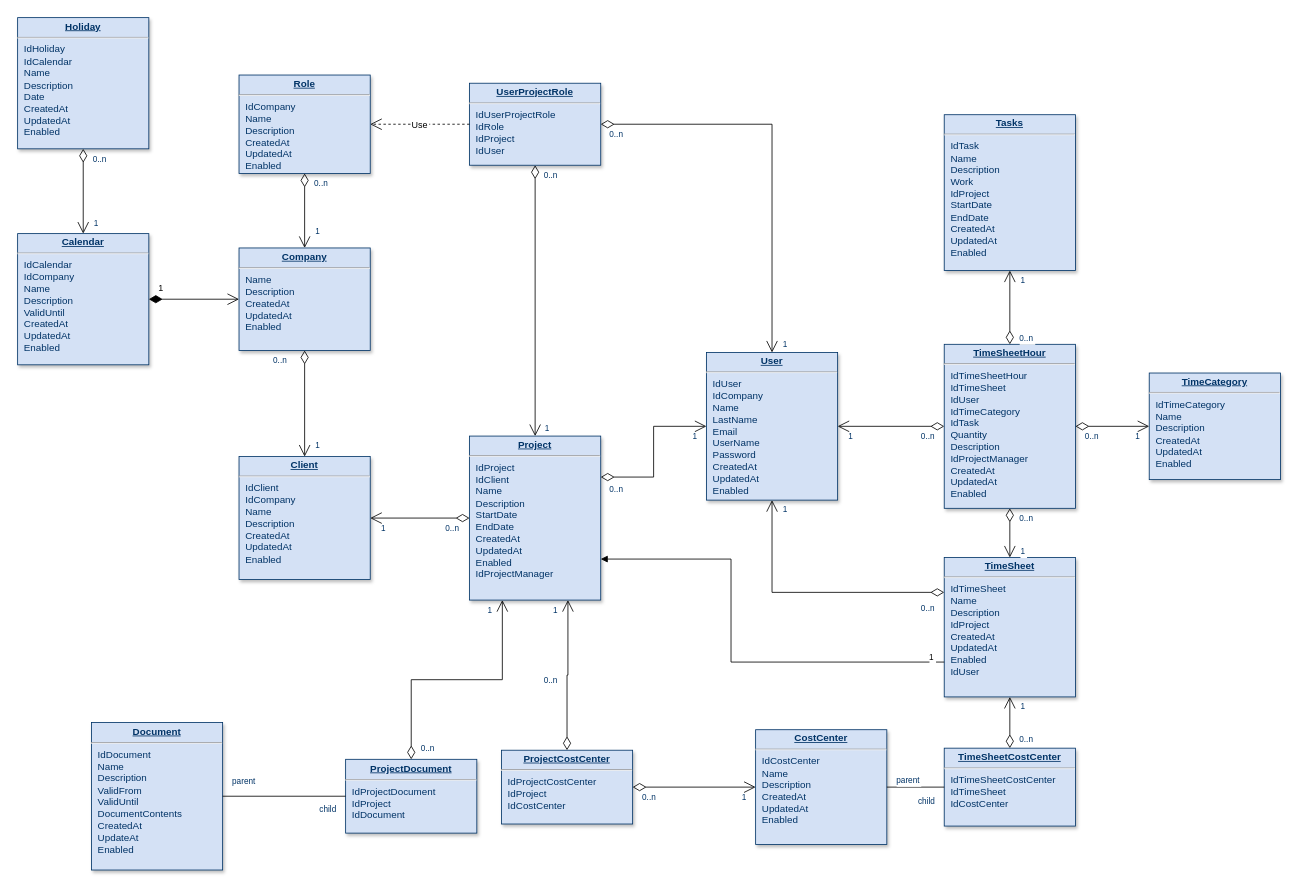
The draw.io diagram NetflixCloneSchema.drawio in ShahiryarArif/Netflix, before the edit. Source tidied: cells renumbered, new cells numbered last; positions are measured from the earlier drawing's top-left corner, leaving out a move shared by most shapes. Both pictures are drawn from the tidied source at 82%, with x=0, y=0 at pixel (17, 17).
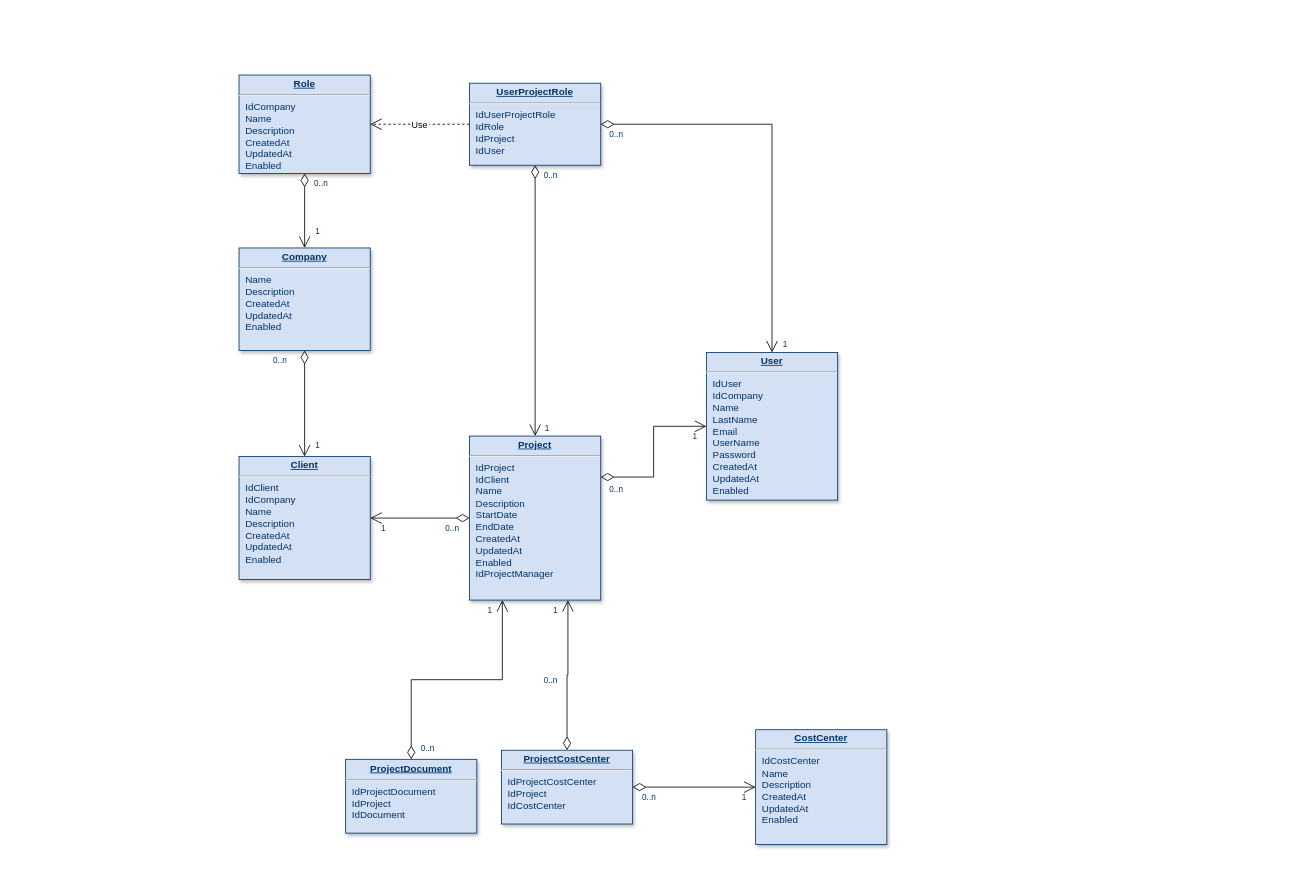
The same page after the edit.

The change refers to these unchanged cells:
```xml
<mxCell id="3" value="&lt;p style=&quot;margin: 0px; margin-top: 4px; text-align: center; text-decoration: underline;&quot;&gt;&lt;strong&gt;Company&lt;/strong&gt;&lt;/p&gt;&lt;hr /&gt;&lt;p style=&quot;margin: 0px; margin-left: 8px;&quot;&gt;Name&lt;/p&gt;&lt;p style=&quot;margin: 0px; margin-left: 8px;&quot;&gt;Description&lt;/p&gt;&lt;p style=&quot;margin: 0px; margin-left: 8px;&quot;&gt;CreatedAt&lt;/p&gt;&lt;p style=&quot;margin: 0px; margin-left: 8px;&quot;&gt;UpdatedAt&lt;/p&gt;&lt;p style=&quot;margin: 0px; margin-left: 8px;&quot;&gt;Enabled&lt;/p&gt;" style="verticalAlign=top;align=left;overflow=fill;fontSize=12;fontFamily=Helvetica;html=1;strokeColor=#003366;shadow=1;fillColor=#D4E1F5;fontColor=#003366;" parent="1" vertex="1">
  <mxGeometry x="270" y="280.9" width="160" height="125" as="geometry" />
</mxCell>
<mxCell id="5" value="&lt;p style=&quot;margin: 0px; margin-top: 4px; text-align: center; text-decoration: underline;&quot;&gt;&lt;strong&gt;User&lt;/strong&gt;&lt;/p&gt;&lt;hr /&gt;&lt;p style=&quot;margin: 0px; margin-left: 8px;&quot;&gt;IdUser&lt;/p&gt;&lt;p style=&quot;margin: 0px; margin-left: 8px;&quot;&gt;IdCompany&lt;/p&gt;&lt;p style=&quot;margin: 0px; margin-left: 8px;&quot;&gt;Name&lt;/p&gt;&lt;p style=&quot;margin: 0px; margin-left: 8px;&quot;&gt;LastName&lt;/p&gt;&lt;p style=&quot;margin: 0px; margin-left: 8px;&quot;&gt;Email&lt;/p&gt;&lt;p style=&quot;margin: 0px; margin-left: 8px;&quot;&gt;UserName&lt;/p&gt;&lt;p style=&quot;margin: 0px; margin-left: 8px;&quot;&gt;Password&lt;/p&gt;&lt;p style=&quot;margin: 0px; margin-left: 8px;&quot;&gt;CreatedAt&lt;/p&gt;&lt;p style=&quot;margin: 0px; margin-left: 8px;&quot;&gt;UpdatedAt&lt;/p&gt;&lt;p style=&quot;margin: 0px; margin-left: 8px;&quot;&gt;Enabled&lt;/p&gt;" style="verticalAlign=top;align=left;overflow=fill;fontSize=12;fontFamily=Helvetica;html=1;strokeColor=#003366;shadow=1;fillColor=#D4E1F5;fontColor=#003366;" parent="1" vertex="1">
  <mxGeometry x="840" y="408.4" width="160" height="180" as="geometry" />
</mxCell>
<mxCell id="12" value="&lt;p style=&quot;margin: 0px; margin-top: 4px; text-align: center; text-decoration: underline;&quot;&gt;&lt;strong&gt;Project&lt;/strong&gt;&lt;/p&gt;&lt;hr /&gt;&lt;p style=&quot;margin: 0px; margin-left: 8px;&quot;&gt;IdProject&lt;/p&gt;&lt;p style=&quot;margin: 0px; margin-left: 8px;&quot;&gt;IdClient&lt;/p&gt;&lt;p style=&quot;margin: 0px; margin-left: 8px;&quot;&gt;Name&lt;/p&gt;&lt;p style=&quot;margin: 0px; margin-left: 8px;&quot;&gt;Description&lt;/p&gt;&lt;p style=&quot;margin: 0px; margin-left: 8px;&quot;&gt;StartDate&lt;/p&gt;&lt;p style=&quot;margin: 0px; margin-left: 8px;&quot;&gt;EndDate&lt;/p&gt;&lt;p style=&quot;margin: 0px; margin-left: 8px;&quot;&gt;CreatedAt&lt;/p&gt;&lt;p style=&quot;margin: 0px; margin-left: 8px;&quot;&gt;UpdatedAt&lt;/p&gt;&lt;p style=&quot;margin: 0px; margin-left: 8px;&quot;&gt;Enabled&lt;br /&gt;IdProjectManager&lt;/p&gt;" style="verticalAlign=top;align=left;overflow=fill;fontSize=12;fontFamily=Helvetica;html=1;strokeColor=#003366;shadow=1;fillColor=#D4E1F5;fontColor=#003366;" parent="1" vertex="1">
  <mxGeometry x="551.1" y="510.3" width="160" height="200" as="geometry" />
</mxCell>
<mxCell id="15" value="&lt;p style=&quot;margin: 0px; margin-top: 4px; text-align: center; text-decoration: underline;&quot;&gt;&lt;strong&gt;CostCenter&lt;/strong&gt;&lt;/p&gt;&lt;hr /&gt;&lt;p style=&quot;margin: 0px; margin-left: 8px;&quot;&gt;IdCostCenter&lt;/p&gt;&lt;p style=&quot;margin: 0px; margin-left: 8px;&quot;&gt;Name&lt;/p&gt;&lt;p style=&quot;margin: 0px; margin-left: 8px;&quot;&gt;Description&lt;/p&gt;&lt;p style=&quot;margin: 0px; margin-left: 8px;&quot;&gt;CreatedAt&lt;/p&gt;&lt;p style=&quot;margin: 0px; margin-left: 8px;&quot;&gt;UpdatedAt&lt;/p&gt;&lt;p style=&quot;margin: 0px; margin-left: 8px;&quot;&gt;Enabled&lt;/p&gt;" style="verticalAlign=top;align=left;overflow=fill;fontSize=12;fontFamily=Helvetica;html=1;strokeColor=#003366;shadow=1;fillColor=#D4E1F5;fontColor=#003366;" parent="1" vertex="1">
  <mxGeometry x="900" y="868.4" width="160" height="140" as="geometry" />
</mxCell>
<mxCell id="17" value="&lt;p style=&quot;margin: 0px ; margin-top: 4px ; text-align: center ; text-decoration: underline&quot;&gt;&lt;strong&gt;ProjectDocument&lt;/strong&gt;&lt;/p&gt;&lt;hr&gt;&lt;p style=&quot;margin: 0px ; margin-left: 8px&quot;&gt;IdProjectDocument&lt;/p&gt;&lt;p style=&quot;margin: 0px ; margin-left: 8px&quot;&gt;IdProject&lt;/p&gt;&lt;p style=&quot;margin: 0px ; margin-left: 8px&quot;&gt;IdDocument&lt;/p&gt;" style="verticalAlign=top;align=left;overflow=fill;fontSize=12;fontFamily=Helvetica;html=1;strokeColor=#003366;shadow=1;fillColor=#D4E1F5;fontColor=#003366;" parent="1" vertex="1">
  <mxGeometry x="400" y="904.5" width="160" height="90" as="geometry" />
</mxCell>
```

Diff of the diagram source:
```diff
@@
-    <mxCell id="4" value="&lt;p style=&quot;margin: 0px; margin-top: 4px; text-align: center; text-decoration: underline;&quot;&gt;&lt;strong&gt;Calendar&lt;/strong&gt;&lt;/p&gt;&lt;hr /&gt;&lt;p style=&quot;margin: 0px; margin-left: 8px;&quot;&gt;IdCalendar&lt;/p&gt;&lt;p style=&quot;margin: 0px; margin-left: 8px;&quot;&gt;IdCompany&lt;/p&gt;&lt;p style=&quot;margin: 0px; margin-left: 8px;&quot;&gt;Name&lt;/p&gt;&lt;p style=&quot;margin: 0px; margin-left: 8px;&quot;&gt;Description&lt;/p&gt;&lt;p style=&quot;margin: 0px; margin-left: 8px;&quot;&gt;ValidUntil&lt;/p&gt;&lt;p style=&quot;margin: 0px; margin-left: 8px;&quot;&gt;CreatedAt&lt;/p&gt;&lt;p style=&quot;margin: 0px; margin-left: 8px;&quot;&gt;UpdatedAt&lt;/p&gt;&lt;p style=&quot;margin: 0px; margin-left: 8px;&quot;&gt;Enabled&lt;/p&gt;" style="verticalAlign=top;align=left;overflow=fill;fontSize=12;fontFamily=Helvetica;html=1;strokeColor=#003366;shadow=1;fillColor=#D4E1F5;fontColor=#003366;" parent="1" vertex="1">
-      <mxGeometry y="263.4" width="160" height="160" as="geometry" />
-    </mxCell>
@@
-    <mxCell id="8" value="&lt;p style=&quot;margin: 0px; margin-top: 4px; text-align: center; text-decoration: underline;&quot;&gt;&lt;strong&gt;Holiday&lt;/strong&gt;&lt;/p&gt;&lt;hr /&gt;&lt;p style=&quot;margin: 0px; margin-left: 8px;&quot;&gt;IdHoliday&lt;/p&gt;&lt;p style=&quot;margin: 0px; margin-left: 8px;&quot;&gt;IdCalendar&lt;/p&gt;&lt;p style=&quot;margin: 0px; margin-left: 8px;&quot;&gt;Name&lt;/p&gt;&lt;p style=&quot;margin: 0px; margin-left: 8px;&quot;&gt;Description&lt;/p&gt;&lt;p style=&quot;margin: 0px; margin-left: 8px;&quot;&gt;Date&lt;/p&gt;&lt;p style=&quot;margin: 0px; margin-left: 8px;&quot;&gt;CreatedAt&lt;/p&gt;&lt;p style=&quot;margin: 0px; margin-left: 8px;&quot;&gt;UpdatedAt&lt;/p&gt;&lt;p style=&quot;margin: 0px; margin-left: 8px;&quot;&gt;Enabled&lt;/p&gt;" style="verticalAlign=top;align=left;overflow=fill;fontSize=12;fontFamily=Helvetica;html=1;strokeColor=#003366;shadow=1;fillColor=#D4E1F5;fontColor=#003366;" parent="1" vertex="1">
-      <mxGeometry width="160" height="160" as="geometry" />
-    </mxCell>
-    <mxCell id="9" value="&lt;p style=&quot;margin: 0px; margin-top: 4px; text-align: center; text-decoration: underline;&quot;&gt;&lt;strong&gt;TimeSheet&lt;/strong&gt;&lt;/p&gt;&lt;hr /&gt;&lt;p style=&quot;margin: 0px; margin-left: 8px;&quot;&gt;IdTimeSheet&lt;/p&gt;&lt;p style=&quot;margin: 0px; margin-left: 8px;&quot;&gt;Name&lt;/p&gt;&lt;p style=&quot;margin: 0px; margin-left: 8px;&quot;&gt;Description&lt;/p&gt;&lt;p style=&quot;margin: 0px; margin-left: 8px;&quot;&gt;IdProject&lt;/p&gt;&lt;p style=&quot;margin: 0px; margin-left: 8px;&quot;&gt;CreatedAt&lt;/p&gt;&lt;p style=&quot;margin: 0px; margin-left: 8px;&quot;&gt;UpdatedAt&lt;/p&gt;&lt;p style=&quot;margin: 0px; margin-left: 8px;&quot;&gt;Enabled&lt;/p&gt;&lt;p style=&quot;margin: 0px; margin-left: 8px;&quot;&gt;IdUser&lt;/p&gt;" style="verticalAlign=top;align=left;overflow=fill;fontSize=12;fontFamily=Helvetica;html=1;strokeColor=#003366;shadow=1;fillColor=#D4E1F5;fontColor=#003366;" parent="1" vertex="1">
-      <mxGeometry x="1130" y="658.4" width="160" height="170" as="geometry" />
-    </mxCell>
-    <mxCell id="10" value="&lt;p style=&quot;margin: 0px; margin-top: 4px; text-align: center; text-decoration: underline;&quot;&gt;&lt;strong&gt;TimeSheetHour&lt;/strong&gt;&lt;/p&gt;&lt;hr /&gt;&lt;p style=&quot;margin: 0px; margin-left: 8px;&quot;&gt;IdTimeSheetHour&lt;br /&gt;IdTimeSheet&lt;/p&gt;&lt;p style=&quot;margin: 0px; margin-left: 8px;&quot;&gt;IdUser&lt;/p&gt;&lt;p style=&quot;margin: 0px; margin-left: 8px;&quot;&gt;IdTimeCategory&lt;/p&gt;&lt;p style=&quot;margin: 0px; margin-left: 8px;&quot;&gt;IdTask&lt;/p&gt;&lt;p style=&quot;margin: 0px; margin-left: 8px;&quot;&gt;Quantity&lt;/p&gt;&lt;p style=&quot;margin: 0px; margin-left: 8px;&quot;&gt;Description&lt;/p&gt;&lt;p style=&quot;margin: 0px; margin-left: 8px;&quot;&gt;IdProjectManager&lt;/p&gt;&lt;p style=&quot;margin: 0px; margin-left: 8px;&quot;&gt;CreatedAt&lt;/p&gt;&lt;p style=&quot;margin: 0px; margin-left: 8px;&quot;&gt;UpdatedAt&lt;/p&gt;&lt;p style=&quot;margin: 0px; margin-left: 8px;&quot;&gt;Enabled&lt;/p&gt;" style="verticalAlign=top;align=left;overflow=fill;fontSize=12;fontFamily=Helvetica;html=1;strokeColor=#003366;shadow=1;fillColor=#D4E1F5;fontColor=#003366;" parent="1" vertex="1">
-      <mxGeometry x="1130" y="398.4" width="160" height="200" as="geometry" />
-    </mxCell>
-    <mxCell id="11" value="&lt;p style=&quot;margin: 0px; margin-top: 4px; text-align: center; text-decoration: underline;&quot;&gt;&lt;strong&gt;Document&lt;/strong&gt;&lt;/p&gt;&lt;hr /&gt;&lt;p style=&quot;margin: 0px; margin-left: 8px;&quot;&gt;IdDocument&lt;/p&gt;&lt;p style=&quot;margin: 0px; margin-left: 8px;&quot;&gt;Name&lt;/p&gt;&lt;p style=&quot;margin: 0px; margin-left: 8px;&quot;&gt;Description&lt;/p&gt;&lt;p style=&quot;margin: 0px; margin-left: 8px;&quot;&gt;ValidFrom&lt;/p&gt;&lt;p style=&quot;margin: 0px; margin-left: 8px;&quot;&gt;ValidUntil&lt;/p&gt;&lt;p style=&quot;margin: 0px; margin-left: 8px;&quot;&gt;DocumentContents&lt;/p&gt;&lt;p style=&quot;margin: 0px; margin-left: 8px;&quot;&gt;CreatedAt&lt;/p&gt;&lt;p style=&quot;margin: 0px; margin-left: 8px;&quot;&gt;UpdateAt&lt;/p&gt;&lt;p style=&quot;margin: 0px; margin-left: 8px;&quot;&gt;Enabled&lt;/p&gt;" style="verticalAlign=top;align=left;overflow=fill;fontSize=12;fontFamily=Helvetica;html=1;strokeColor=#003366;shadow=1;fillColor=#D4E1F5;fontColor=#003366;" parent="1" vertex="1">
-      <mxGeometry x="90" y="859.5" width="160" height="180" as="geometry" />
-    </mxCell>
@@
-    <mxCell id="13" value="&lt;p style=&quot;margin: 0px; margin-top: 4px; text-align: center; text-decoration: underline;&quot;&gt;&lt;strong&gt;TimeCategory&lt;/strong&gt;&lt;/p&gt;&lt;hr /&gt;&lt;p style=&quot;margin: 0px; margin-left: 8px;&quot;&gt;IdTimeCategory&lt;/p&gt;&lt;p style=&quot;margin: 0px; margin-left: 8px;&quot;&gt;Name&lt;/p&gt;&lt;p style=&quot;margin: 0px; margin-left: 8px;&quot;&gt;Description&lt;/p&gt;&lt;p style=&quot;margin: 0px; margin-left: 8px;&quot;&gt;CreatedAt&lt;/p&gt;&lt;p style=&quot;margin: 0px; margin-left: 8px;&quot;&gt;UpdatedAt&lt;/p&gt;&lt;p style=&quot;margin: 0px; margin-left: 8px;&quot;&gt;Enabled&lt;/p&gt;" style="verticalAlign=top;align=left;overflow=fill;fontSize=12;fontFamily=Helvetica;html=1;strokeColor=#003366;shadow=1;fillColor=#D4E1F5;fontColor=#003366;" parent="1" vertex="1">
-      <mxGeometry x="1380" y="433.4" width="160" height="130" as="geometry" />
-    </mxCell>
-    <mxCell id="14" value="&lt;p style=&quot;margin: 0px; margin-top: 4px; text-align: center; text-decoration: underline;&quot;&gt;&lt;strong&gt;TimeSheetCostCenter&lt;/strong&gt;&lt;/p&gt;&lt;hr /&gt;&lt;p style=&quot;margin: 0px; margin-left: 8px;&quot;&gt;IdTimeSheetCostCenter&lt;/p&gt;&lt;p style=&quot;margin: 0px; margin-left: 8px;&quot;&gt;IdTimeSheet&lt;/p&gt;&lt;p style=&quot;margin: 0px; margin-left: 8px;&quot;&gt;IdCostCenter&lt;/p&gt;" style="verticalAlign=top;align=left;overflow=fill;fontSize=12;fontFamily=Helvetica;html=1;strokeColor=#003366;shadow=1;fillColor=#D4E1F5;fontColor=#003366;" parent="1" vertex="1">
-      <mxGeometry x="1130" y="890.9" width="160" height="95" as="geometry" />
-    </mxCell>
@@
-    <mxCell id="18" value="&lt;p style=&quot;margin: 0px; margin-top: 4px; text-align: center; text-decoration: underline;&quot;&gt;&lt;strong&gt;Tasks&lt;/strong&gt;&lt;/p&gt;&lt;hr /&gt;&lt;p style=&quot;margin: 0px; margin-left: 8px;&quot;&gt;IdTask&lt;/p&gt;&lt;p style=&quot;margin: 0px; margin-left: 8px;&quot;&gt;Name&lt;/p&gt;&lt;p style=&quot;margin: 0px; margin-left: 8px;&quot;&gt;Description&lt;/p&gt;&lt;p style=&quot;margin: 0px; margin-left: 8px;&quot;&gt;Work&lt;/p&gt;&lt;p style=&quot;margin: 0px; margin-left: 8px;&quot;&gt;IdProject&lt;/p&gt;&lt;p style=&quot;margin: 0px; margin-left: 8px;&quot;&gt;StartDate&lt;/p&gt;&lt;p style=&quot;margin: 0px; margin-left: 8px;&quot;&gt;EndDate&lt;/p&gt;&lt;p style=&quot;margin: 0px; margin-left: 8px;&quot;&gt;CreatedAt&lt;/p&gt;&lt;p style=&quot;margin: 0px; margin-left: 8px;&quot;&gt;UpdatedAt&lt;/p&gt;&lt;p style=&quot;margin: 0px; margin-left: 8px;&quot;&gt;Enabled&lt;/p&gt;" style="verticalAlign=top;align=left;overflow=fill;fontSize=12;fontFamily=Helvetica;html=1;strokeColor=#003366;shadow=1;fillColor=#D4E1F5;fontColor=#003366;" parent="1" vertex="1">
-      <mxGeometry x="1130" y="118.4" width="160" height="190" as="geometry" />
-    </mxCell>
@@
-    <mxCell id="31" style="endArrow=open;endSize=12;startArrow=diamondThin;startSize=14;startFill=0;edgeStyle=orthogonalEdgeStyle;exitX=0;exitY=0.25;rounded=0;" parent="1" edge="1" source="9" target="5">
-      <mxGeometry x="1209.4" y="170" as="geometry" />
-    </mxCell>
-    <mxCell id="32" value="0..n" style="align=left;verticalAlign=top;labelBackgroundColor=#ffffff;fontSize=10;strokeColor=#003366;shadow=1;fillColor=#D4E1F5;fontColor=#003366;" parent="31" vertex="1">
-      <mxGeometry x="-1" relative="1" as="geometry">
-        <mxPoint x="-30" y="7.5" as="offset" />
-      </mxGeometry>
-    </mxCell>
-    <mxCell id="33" value="1" style="align=right;verticalAlign=top;labelBackgroundColor=#ffffff;fontSize=10;strokeColor=#003366;shadow=1;fillColor=#D4E1F5;fontColor=#003366;" parent="31" vertex="1">
-      <mxGeometry x="1" relative="1" as="geometry">
-        <mxPoint x="20" as="offset" />
-      </mxGeometry>
-    </mxCell>
-    <mxCell id="34" style="endArrow=open;endSize=12;startArrow=diamondThin;startSize=14;startFill=0;edgeStyle=orthogonalEdgeStyle;rounded=0;" parent="1" edge="1" source="10" target="9">
-      <mxGeometry x="1269.4" y="180" as="geometry" />
-    </mxCell>
-    <mxCell id="35" value="0..n" style="align=left;verticalAlign=top;labelBackgroundColor=#ffffff;fontSize=10;strokeColor=#003366;shadow=1;fillColor=#D4E1F5;fontColor=#003366;" parent="34" vertex="1">
-      <mxGeometry x="-1" relative="1" as="geometry">
-        <mxPoint x="10" as="offset" />
-      </mxGeometry>
-    </mxCell>
-    <mxCell id="36" value="1" style="align=right;verticalAlign=top;labelBackgroundColor=#ffffff;fontSize=10;strokeColor=#003366;shadow=1;fillColor=#D4E1F5;fontColor=#003366;" parent="34" vertex="1">
-      <mxGeometry x="1" relative="1" as="geometry">
-        <mxPoint x="20" y="-20" as="offset" />
-      </mxGeometry>
-    </mxCell>
@@
-    <mxCell id="46" style="endArrow=open;endSize=12;startArrow=diamondThin;startSize=14;startFill=0;edgeStyle=orthogonalEdgeStyle;rounded=0;" parent="1" edge="1" source="14" target="9">
-      <mxGeometry x="1079.4" y="560" as="geometry" />
-    </mxCell>
-    <mxCell id="47" value="0..n" style="align=left;verticalAlign=top;labelBackgroundColor=#ffffff;fontSize=10;strokeColor=#003366;shadow=1;fillColor=#D4E1F5;fontColor=#003366;" parent="46" vertex="1">
-      <mxGeometry x="-1" relative="1" as="geometry">
-        <mxPoint x="10" y="-22.5" as="offset" />
-      </mxGeometry>
-    </mxCell>
-    <mxCell id="48" value="1" style="align=right;verticalAlign=top;labelBackgroundColor=#ffffff;fontSize=10;strokeColor=#003366;shadow=1;fillColor=#D4E1F5;fontColor=#003366;" parent="46" vertex="1">
-      <mxGeometry x="1" relative="1" as="geometry">
-        <mxPoint x="20" as="offset" />
-      </mxGeometry>
-    </mxCell>
-    <mxCell id="49" style="endArrow=open;endSize=12;startArrow=diamondThin;startSize=14;startFill=0;edgeStyle=orthogonalEdgeStyle;rounded=0;" parent="1" edge="1" source="10" target="13">
-      <mxGeometry x="1309.4" y="540" as="geometry" />
-    </mxCell>
-    <mxCell id="50" value="0..n" style="align=left;verticalAlign=top;labelBackgroundColor=#ffffff;fontSize=10;strokeColor=#003366;shadow=1;fillColor=#D4E1F5;fontColor=#003366;" parent="49" vertex="1">
-      <mxGeometry x="-1" relative="1" as="geometry">
-        <mxPoint x="10" as="offset" />
-      </mxGeometry>
-    </mxCell>
-    <mxCell id="51" value="1" style="align=right;verticalAlign=top;labelBackgroundColor=#ffffff;fontSize=10;strokeColor=#003366;shadow=1;fillColor=#D4E1F5;fontColor=#003366;" parent="49" vertex="1">
-      <mxGeometry x="1" relative="1" as="geometry">
-        <mxPoint x="-10" as="offset" />
-      </mxGeometry>
-    </mxCell>
-    <mxCell id="52" style="endArrow=open;endSize=12;startArrow=diamondThin;startSize=14;startFill=0;edgeStyle=orthogonalEdgeStyle;rounded=0;" parent="1" edge="1" source="10" target="18">
-      <mxGeometry x="1119.4" y="540" as="geometry" />
-    </mxCell>
-    <mxCell id="53" value="0..n" style="align=left;verticalAlign=top;labelBackgroundColor=#ffffff;fontSize=10;strokeColor=#003366;shadow=1;fillColor=#D4E1F5;fontColor=#003366;" parent="52" vertex="1">
-      <mxGeometry x="-1" relative="1" as="geometry">
-        <mxPoint x="10" y="-20" as="offset" />
-      </mxGeometry>
-    </mxCell>
-    <mxCell id="54" value="1" style="align=right;verticalAlign=top;labelBackgroundColor=#ffffff;fontSize=10;strokeColor=#003366;shadow=1;fillColor=#D4E1F5;fontColor=#003366;" parent="52" vertex="1">
-      <mxGeometry x="1" relative="1" as="geometry">
-        <mxPoint x="20" as="offset" />
-      </mxGeometry>
-    </mxCell>
-    <mxCell id="55" style="endArrow=open;endSize=12;startArrow=diamondThin;startSize=14;startFill=0;edgeStyle=orthogonalEdgeStyle;rounded=0;" parent="1" edge="1" source="10" target="5">
-      <mxGeometry x="1389.4" y="130" as="geometry" />
-    </mxCell>
-    <mxCell id="56" value="0..n" style="align=left;verticalAlign=top;labelBackgroundColor=#ffffff;fontSize=10;strokeColor=#003366;shadow=1;fillColor=#D4E1F5;fontColor=#003366;" parent="55" vertex="1">
-      <mxGeometry x="-1" relative="1" as="geometry">
-        <mxPoint x="-30" as="offset" />
-      </mxGeometry>
-    </mxCell>
-    <mxCell id="57" value="1" style="align=right;verticalAlign=top;labelBackgroundColor=#ffffff;fontSize=10;strokeColor=#003366;shadow=1;fillColor=#D4E1F5;fontColor=#003366;" parent="55" vertex="1">
-      <mxGeometry x="1" relative="1" as="geometry">
-        <mxPoint x="20" as="offset" />
-      </mxGeometry>
-    </mxCell>
@@
-    <mxCell id="61" style="endArrow=open;endSize=12;startArrow=diamondThin;startSize=14;startFill=0;edgeStyle=orthogonalEdgeStyle;rounded=0;" parent="1" edge="1" source="8" target="4">
-      <mxGeometry x="620" y="340" as="geometry" />
-    </mxCell>
-    <mxCell id="62" value="0..n" style="align=left;verticalAlign=top;labelBackgroundColor=#ffffff;fontSize=10;strokeColor=#003366;shadow=1;fillColor=#D4E1F5;fontColor=#003366;" parent="61" vertex="1">
-      <mxGeometry x="-1" relative="1" as="geometry">
-        <mxPoint x="10" as="offset" />
-      </mxGeometry>
-    </mxCell>
-    <mxCell id="63" value="1" style="align=right;verticalAlign=top;labelBackgroundColor=#ffffff;fontSize=10;strokeColor=#003366;shadow=1;fillColor=#D4E1F5;fontColor=#003366;" parent="61" vertex="1">
-      <mxGeometry x="1" relative="1" as="geometry">
-        <mxPoint x="20" y="-25" as="offset" />
-      </mxGeometry>
-    </mxCell>
@@
-    <mxCell id="68" value="1" style="endArrow=open;endSize=12;startArrow=diamondThin;startSize=14;startFill=1;edgeStyle=orthogonalEdgeStyle;align=left;verticalAlign=bottom;rounded=0;" parent="1" edge="1" source="4" target="3">
-      <mxGeometry x="-0.82" y="5" relative="1" as="geometry" />
-    </mxCell>
-    <mxCell id="69" style="endArrow=none;edgeStyle=orthogonalEdgeStyle;rounded=0;" parent="1" edge="1" source="11" target="17">
-      <mxGeometry x="190" y="950" as="geometry" />
-    </mxCell>
-    <mxCell id="70" value="parent" style="align=left;verticalAlign=bottom;labelBackgroundColor=#ffffff;fontSize=10;strokeColor=#003366;shadow=1;fillColor=#D4E1F5;fontColor=#003366;" parent="69" vertex="1">
-      <mxGeometry x="-1" relative="1" as="geometry">
-        <mxPoint x="10" y="-10" as="offset" />
-      </mxGeometry>
-    </mxCell>
-    <mxCell id="71" value="child" style="align=right;verticalAlign=bottom;labelBackgroundColor=#ffffff;fontSize=10;strokeColor=#003366;shadow=1;fillColor=#D4E1F5;fontColor=#003366;" parent="69" vertex="1">
-      <mxGeometry x="1" relative="1" as="geometry">
-        <mxPoint x="-10" y="23.8" as="offset" />
-      </mxGeometry>
-    </mxCell>
-    <mxCell id="72" style="endArrow=none;edgeStyle=orthogonalEdgeStyle;rounded=0;" parent="1" edge="1" source="15" target="14">
-      <mxGeometry x="910" y="972.5" as="geometry" />
-    </mxCell>
-    <mxCell id="73" value="parent" style="align=left;verticalAlign=bottom;labelBackgroundColor=#ffffff;fontSize=10;strokeColor=#003366;shadow=1;fillColor=#D4E1F5;fontColor=#003366;" parent="72" vertex="1">
-      <mxGeometry x="-1" relative="1" as="geometry">
-        <mxPoint x="10" as="offset" />
-      </mxGeometry>
-    </mxCell>
-    <mxCell id="74" value="child" style="align=right;verticalAlign=bottom;labelBackgroundColor=#ffffff;fontSize=10;strokeColor=#003366;shadow=1;fillColor=#D4E1F5;fontColor=#003366;" parent="72" vertex="1">
-      <mxGeometry x="1" relative="1" as="geometry">
-        <mxPoint x="-10" y="25" as="offset" />
-      </mxGeometry>
-    </mxCell>
-    <mxCell id="75" style="endArrow=block;endFill=1;edgeStyle=orthogonalEdgeStyle;align=left;verticalAlign=top;entryX=1;entryY=0.75;exitX=0;exitY=0.75;rounded=0;" parent="1" edge="1" source="9" target="12">
-      <mxGeometry x="-1" relative="1" as="geometry">
-        <Array as="points">
-          <mxPoint x="870" y="786.4" />
-          <mxPoint x="870" y="660.4" />
-        </Array>
-      </mxGeometry>
-    </mxCell>
-    <mxCell id="76" value="1" style="align=left;verticalAlign=bottom;labelBackgroundColor=#ffffff;fontSize=10;" parent="75" vertex="1">
-      <mxGeometry x="-1" relative="1" as="geometry">
-        <mxPoint x="-20" y="2.5" as="offset" />
-      </mxGeometry>
-    </mxCell>
```
